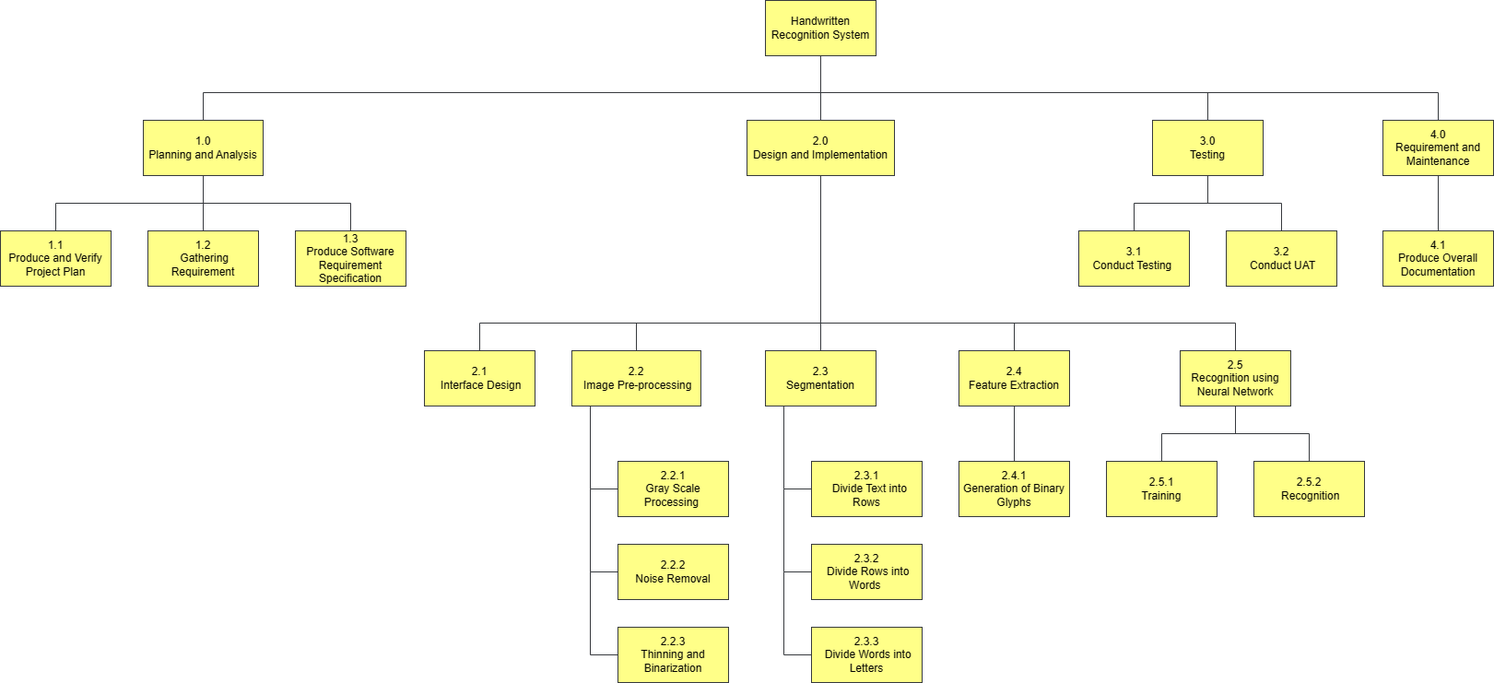
Above: PMP-PLAN/assets/wbs_tree.png in Laikahheng/group-a-s2g1-handwritten-recognition-system (draw.io), before the change. Source tidied: cells renumbered, new cells last; positions are measured from the earlier drawing's top-left corner, leaving out a move shared by most shapes.
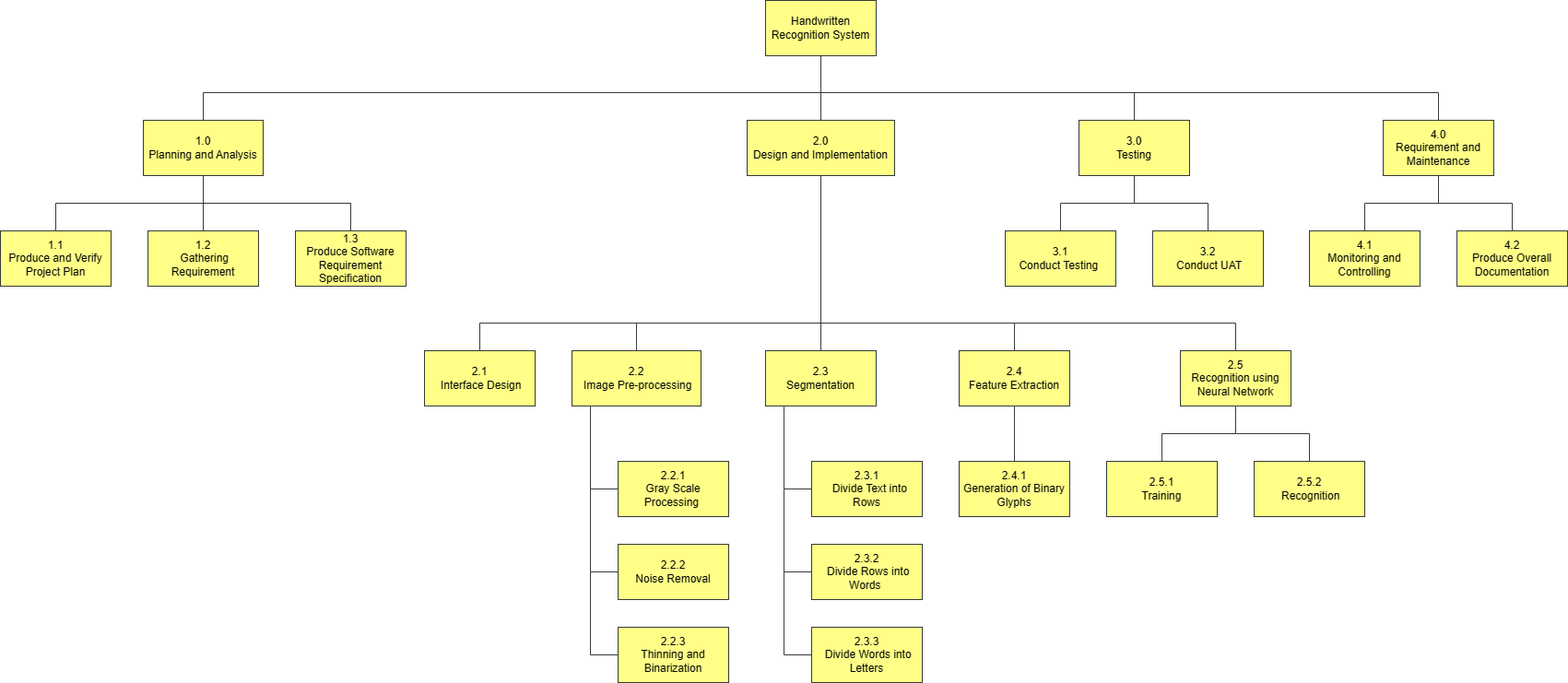
Above is the later version.

Diff of the diagram source:
```diff
@@ -5,12 +5,6 @@
     <mxCell id="2" value="Handwritten Recognition System" style="rounded=0;whiteSpace=wrap;html=1;fillColor=#ffff88;strokeColor=#36393d;" parent="1" vertex="1">
       <mxGeometry x="830" width="120" height="60" as="geometry" />
     </mxCell>
-    <mxCell id="3" style="edgeStyle=orthogonalEdgeStyle;rounded=0;jettySize=auto;html=1;endArrow=none;endFill=0;fillColor=#ffff88;strokeColor=#36393d;" parent="1" edge="1" source="4" target="14">
-      <mxGeometry relative="1" as="geometry" />
-    </mxCell>
-    <mxCell id="4" value="4.1&lt;br&gt;Produce Overall Documentation" style="rounded=0;whiteSpace=wrap;html=1;fillColor=#ffff88;strokeColor=#36393d;" parent="1" vertex="1">
-      <mxGeometry x="1500" y="250" width="120" height="60" as="geometry" />
-    </mxCell>
     <mxCell id="5" value="1.3&lt;br&gt;Produce Software Requirement Specification" style="rounded=0;whiteSpace=wrap;html=1;fillColor=#ffff88;strokeColor=#36393d;" parent="1" vertex="1">
       <mxGeometry x="320" y="250" width="120" height="60" as="geometry" />
     </mxCell>
@@ -21,7 +15,7 @@
       <mxGeometry x="620" y="380" width="140" height="60" as="geometry" />
     </mxCell>
     <mxCell id="8" value="3.0&lt;br&gt;Testing" style="rounded=0;whiteSpace=wrap;html=1;fillColor=#ffff88;strokeColor=#36393d;" parent="1" vertex="1">
-      <mxGeometry x="1250" y="130" width="120" height="60" as="geometry" />
+      <mxGeometry x="1170" y="130" width="120" height="60" as="geometry" />
     </mxCell>
     <mxCell id="9" value="1.1&lt;br&gt;Produce and Verify Project Plan" style="rounded=0;whiteSpace=wrap;html=1;fillColor=#ffff88;strokeColor=#36393d;" parent="1" vertex="1">
       <mxGeometry y="250" width="120" height="60" as="geometry" />
@@ -42,7 +36,7 @@
       <mxGeometry x="1500" y="130" width="120" height="60" as="geometry" />
     </mxCell>
     <mxCell id="15" value="3.1&lt;br&gt;Conduct Testing&amp;nbsp;" style="rounded=0;whiteSpace=wrap;html=1;fillColor=#ffff88;strokeColor=#36393d;" parent="1" vertex="1">
-      <mxGeometry x="1170" y="250" width="120" height="60" as="geometry" />
+      <mxGeometry x="1090" y="250" width="120" height="60" as="geometry" />
     </mxCell>
     <mxCell id="16" style="endArrow=none;html=1;rounded=0;fillColor=#ffff88;strokeColor=#36393d;" parent="1" edge="1">
       <mxGeometry relative="1" as="geometry">
@@ -82,30 +76,30 @@
       <mxGeometry x="460" y="380" width="120" height="60" as="geometry" />
     </mxCell>
     <mxCell id="24" value="3.2&lt;br&gt;&amp;nbsp;Conduct UAT" style="rounded=0;whiteSpace=wrap;html=1;fillColor=#ffff88;strokeColor=#36393d;" parent="1" vertex="1">
-      <mxGeometry x="1330" y="250" width="120" height="60" as="geometry" />
+      <mxGeometry x="1250" y="250" width="120" height="60" as="geometry" />
     </mxCell>
     <mxCell id="25" style="endArrow=none;html=1;rounded=0;fillColor=#ffff88;strokeColor=#36393d;" parent="1" edge="1">
       <mxGeometry relative="1" as="geometry">
-        <mxPoint x="1230" y="220" as="sourcePoint" />
-        <mxPoint x="1390" y="220" as="targetPoint" />
+        <mxPoint x="1150" y="220" as="sourcePoint" />
+        <mxPoint x="1310" y="220" as="targetPoint" />
       </mxGeometry>
     </mxCell>
     <mxCell id="26" style="endArrow=none;html=1;rounded=0;endFill=0;fillColor=#ffff88;strokeColor=#36393d;" parent="1" edge="1">
       <mxGeometry relative="1" as="geometry">
-        <mxPoint x="1390" y="220" as="sourcePoint" />
-        <mxPoint x="1390" y="250" as="targetPoint" />
+        <mxPoint x="1310" y="220" as="sourcePoint" />
+        <mxPoint x="1310" y="250" as="targetPoint" />
       </mxGeometry>
     </mxCell>
     <mxCell id="27" style="endArrow=none;html=1;rounded=0;endFill=0;fillColor=#ffff88;strokeColor=#36393d;" parent="1" edge="1">
       <mxGeometry relative="1" as="geometry">
-        <mxPoint x="1230" y="220" as="sourcePoint" />
-        <mxPoint x="1230" y="250" as="targetPoint" />
+        <mxPoint x="1150" y="220" as="sourcePoint" />
+        <mxPoint x="1150" y="250" as="targetPoint" />
       </mxGeometry>
     </mxCell>
     <mxCell id="28" style="endArrow=none;html=1;rounded=0;endFill=0;fillColor=#ffff88;strokeColor=#36393d;" parent="1" edge="1">
       <mxGeometry relative="1" as="geometry">
-        <mxPoint x="1310" y="190" as="sourcePoint" />
-        <mxPoint x="1310" y="220" as="targetPoint" />
+        <mxPoint x="1230" y="190" as="sourcePoint" />
+        <mxPoint x="1230" y="220" as="targetPoint" />
       </mxGeometry>
     </mxCell>
     <mxCell id="29" style="endArrow=none;html=1;rounded=0;endFill=0;fillColor=#ffff88;strokeColor=#36393d;" parent="1" edge="1">
@@ -116,8 +110,8 @@
     </mxCell>
     <mxCell id="30" style="endArrow=none;html=1;rounded=0;endFill=0;fillColor=#ffff88;strokeColor=#36393d;" parent="1" edge="1">
       <mxGeometry relative="1" as="geometry">
-        <mxPoint x="1310" y="100" as="sourcePoint" />
-        <mxPoint x="1310" y="130" as="targetPoint" />
+        <mxPoint x="1230" y="100" as="sourcePoint" />
+        <mxPoint x="1230" y="130" as="targetPoint" />
       </mxGeometry>
     </mxCell>
     <mxCell id="31" style="edgeStyle=orthogonalEdgeStyle;rounded=0;jettySize=auto;html=1;exitX=0.5;exitY=1;exitDx=0;exitDy=0;endArrow=none;endFill=0;fillColor=#ffff88;strokeColor=#36393d;" parent="1" edge="1" source="32" target="13">
@@ -260,5 +254,35 @@
         </Array>
       </mxGeometry>
     </mxCell>
+    <mxCell id="58" value="4.1&lt;br style=&quot;border-color: var(--border-color);&quot;&gt;Monitoring and Controlling" style="rounded=0;whiteSpace=wrap;html=1;fillColor=#ffff88;strokeColor=#36393d;" parent="1" vertex="1">
+      <mxGeometry x="1420" y="250" width="120" height="60" as="geometry" />
+    </mxCell>
+    <mxCell id="59" value="4.2&lt;br style=&quot;border-color: var(--border-color);&quot;&gt;Produce Overall Documentation" style="rounded=0;whiteSpace=wrap;html=1;fillColor=#ffff88;strokeColor=#36393d;" parent="1" vertex="1">
+      <mxGeometry x="1580" y="250" width="120" height="60" as="geometry" />
+    </mxCell>
+    <mxCell id="60" style="endArrow=none;html=1;rounded=0;fillColor=#ffff88;strokeColor=#36393d;" parent="1" edge="1">
+      <mxGeometry relative="1" as="geometry">
+        <mxPoint x="1480" y="220" as="sourcePoint" />
+        <mxPoint x="1640" y="220" as="targetPoint" />
+      </mxGeometry>
+    </mxCell>
+    <mxCell id="61" style="endArrow=none;html=1;rounded=0;endFill=0;fillColor=#ffff88;strokeColor=#36393d;" parent="1" edge="1">
+      <mxGeometry relative="1" as="geometry">
+        <mxPoint x="1640" y="220" as="sourcePoint" />
+        <mxPoint x="1640" y="250" as="targetPoint" />
+      </mxGeometry>
+    </mxCell>
+    <mxCell id="62" style="endArrow=none;html=1;rounded=0;endFill=0;fillColor=#ffff88;strokeColor=#36393d;" parent="1" edge="1">
+      <mxGeometry relative="1" as="geometry">
+        <mxPoint x="1480" y="220" as="sourcePoint" />
+        <mxPoint x="1480" y="250" as="targetPoint" />
+      </mxGeometry>
+    </mxCell>
+    <mxCell id="63" style="endArrow=none;html=1;rounded=0;endFill=0;fillColor=#ffff88;strokeColor=#36393d;" parent="1" edge="1">
+      <mxGeometry relative="1" as="geometry">
+        <mxPoint x="1560" y="190" as="sourcePoint" />
+        <mxPoint x="1560" y="220" as="targetPoint" />
+      </mxGeometry>
+    </mxCell>
   </root>
 </mxGraphModel>
```
